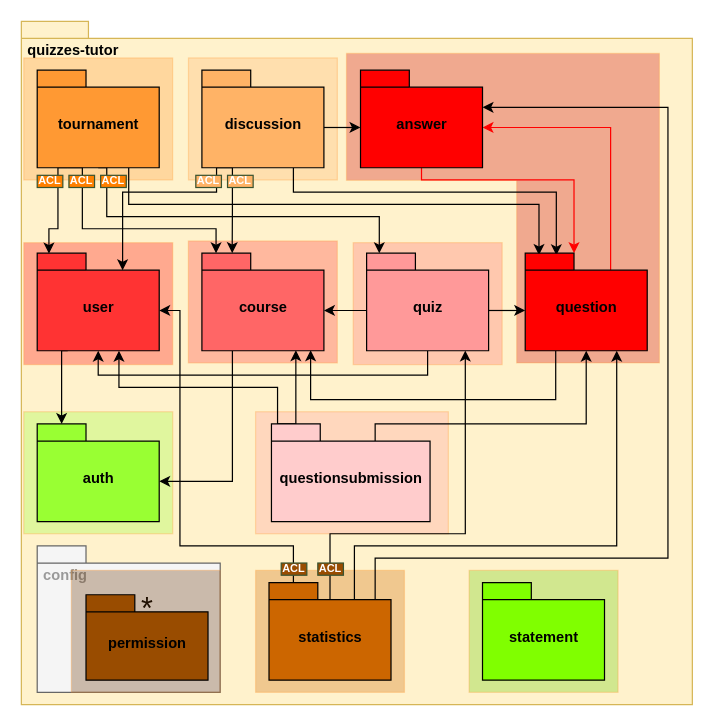
Above: documentation/draw.io projects/Uses View Context Map.drawio in dmmnjaws/ASoft-2020-2021-quizzes-tutor-arquitecture-documentation (draw.io), before the change. Source tidied: cells renumbered, new cells numbered last; positions are measured from the earlier drawing's top-left corner, leaving out a move shared by most shapes. Both pictures are drawn from the tidied source at 122%, with x=0, y=0 at pixel (21, 21).
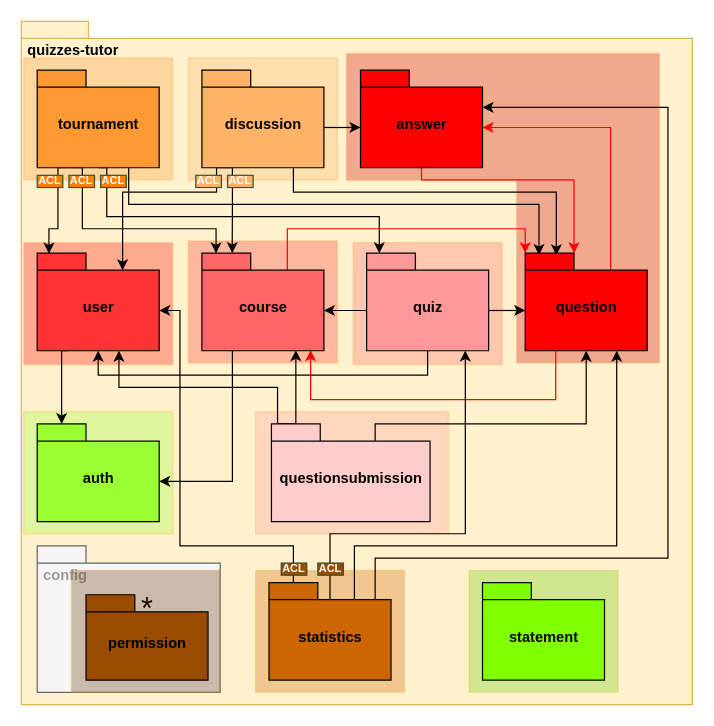
After the change.

Commit message (it also covers changes not shown here):
added sections to refactoring proposal, updated uses view, fixed stuff

Unchanged cells that the change refers to:
```xml
<mxCell id="40" value="course" style="shape=folder;fontStyle=1;spacingTop=10;tabWidth=40;tabHeight=14;tabPosition=left;html=1;align=center;fillColor=#FF6666;" parent="1" vertex="1">
  <mxGeometry x="148" y="190" width="100" height="80" as="geometry" />
</mxCell>
<mxCell id="42" value="question" style="shape=folder;fontStyle=1;spacingTop=10;tabWidth=40;tabHeight=14;tabPosition=left;html=1;align=center;fillColor=#FF0000;" parent="1" vertex="1">
  <mxGeometry x="413" y="190" width="100" height="80" as="geometry" />
</mxCell>
```

The edit, as a diff of the source:
```diff
@@
-    <mxCell id="20" style="edgeStyle=orthogonalEdgeStyle;rounded=0;jettySize=auto;html=1;exitX=0.25;exitY=1;exitDx=0;exitDy=0;exitPerimeter=0;entryX=0.891;entryY=0.995;entryDx=0;entryDy=0;entryPerimeter=0;fontColor=#999999;" parent="1" edge="1" source="42" target="40">
+    <mxCell id="20" style="edgeStyle=orthogonalEdgeStyle;rounded=0;jettySize=auto;html=1;exitX=0.25;exitY=1;exitDx=0;exitDy=0;exitPerimeter=0;entryX=0.891;entryY=0.995;entryDx=0;entryDy=0;entryPerimeter=0;fontColor=#999999;strokeColor=#FF0000;" parent="1" edge="1" source="42" target="40">
       <mxGeometry relative="1" as="geometry">
         <Array as="points">
           <mxPoint x="438" y="310" />
           <mxPoint x="237" y="310" />
         </Array>
       </mxGeometry>
     </mxCell>
@@
+    <mxCell id="58" style="edgeStyle=orthogonalEdgeStyle;rounded=0;jettySize=auto;html=1;exitX=0;exitY=0;exitDx=70;exitDy=14;exitPerimeter=0;entryX=0;entryY=0;entryDx=0;entryDy=0;entryPerimeter=0;strokeColor=#FF0000;" parent="1" edge="1" source="40" target="42">
+      <mxGeometry relative="1" as="geometry">
+        <Array as="points">
+          <mxPoint x="218" y="170" />
+          <mxPoint x="413" y="170" />
+        </Array>
+      </mxGeometry>
+    </mxCell>
```
